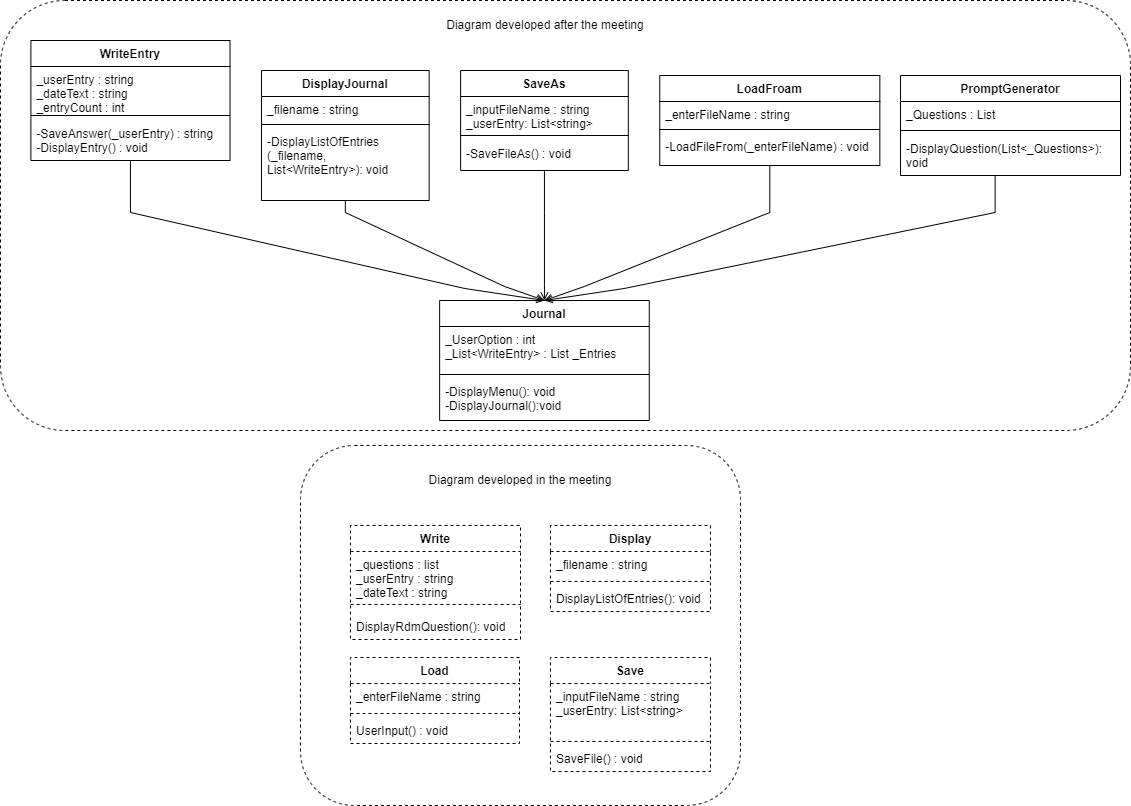
Above: prove/Develop02/JournalDiagramProgram.drawio.png in RSLASC/cse210-projects-v2 (draw.io), before the change. Source tidied: cells renumbered, new cells last; positions are measured from the earlier drawing's top-left corner, leaving out a move shared by most shapes.
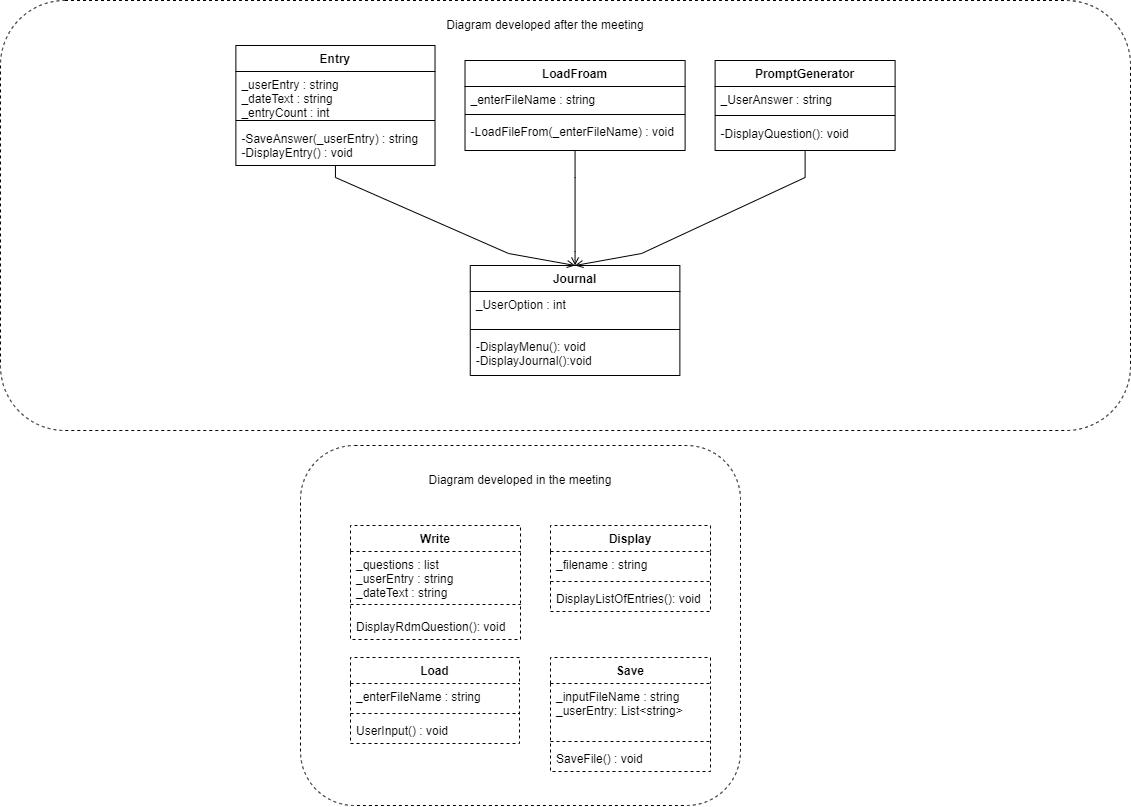
Later version of the same file.

What changed in the source:
```diff
@@ -62,8 +62,8 @@
     <mxCell id="21" style="rounded=1;whiteSpace=wrap;html=1;shadow=0;glass=0;dashed=1;comic=0;sketch=0;strokeColor=default;fontColor=none;" parent="1" vertex="1">
       <mxGeometry width="1130" height="430" as="geometry" />
     </mxCell>
-    <mxCell id="22" value="WriteEntry" style="swimlane;fontStyle=1;align=center;verticalAlign=top;horizontal=1;startSize=26;backgroundOutline=0;enumerate=0;comic=0;swimlaneFillColor=none;" parent="1" vertex="1">
-      <mxGeometry x="30.4" y="40" width="199.1" height="120" as="geometry" />
+    <mxCell id="22" value="Entry" style="swimlane;fontStyle=1;align=center;verticalAlign=top;horizontal=1;startSize=26;backgroundOutline=0;enumerate=0;comic=0;swimlaneFillColor=none;" parent="21" vertex="1">
+      <mxGeometry x="235.4" y="45" width="199.1" height="120" as="geometry" />
     </mxCell>
     <mxCell id="23" value="_userEntry : string&#10;_dateText : string&#10;_entryCount : int" style="text;strokeColor=none;fillColor=none;align=left;verticalAlign=top;spacingLeft=4;spacingRight=4;overflow=hidden;backgroundOutline=0;enumerate=0;comic=0;swimlaneFillColor=none;" parent="22" vertex="1">
       <mxGeometry y="26" width="199.1" height="44" as="geometry" />
@@ -74,32 +74,8 @@
     <mxCell id="25" value="-SaveAnswer(_userEntry) : string&#10;-DisplayEntry() : void" style="text;strokeColor=none;fillColor=none;align=left;verticalAlign=top;spacingLeft=4;spacingRight=4;overflow=hidden;backgroundOutline=0;enumerate=0;comic=0;swimlaneFillColor=none;" parent="22" vertex="1">
       <mxGeometry y="80" width="199.1" height="40" as="geometry" />
     </mxCell>
-    <mxCell id="26" value="DisplayJournal" style="swimlane;fontStyle=1;align=center;verticalAlign=middle;horizontal=1;startSize=26;backgroundOutline=0;enumerate=0;comic=0;swimlaneFillColor=none;" parent="1" vertex="1">
-      <mxGeometry x="261" y="70" width="167.7" height="130" as="geometry" />
-    </mxCell>
-    <mxCell id="27" value="_filename : string" style="text;strokeColor=none;fillColor=none;align=left;verticalAlign=top;spacingLeft=4;spacingRight=4;overflow=hidden;backgroundOutline=0;enumerate=0;comic=0;swimlaneFillColor=none;" parent="26" vertex="1">
-      <mxGeometry y="26" width="167.7" height="24" as="geometry" />
-    </mxCell>
-    <mxCell id="28" style="line;strokeWidth=1;fillColor=none;align=left;verticalAlign=middle;spacingTop=-1;spacingLeft=3;spacingRight=3;labelPosition=right;strokeColor=inherit;backgroundOutline=0;enumerate=0;comic=0;swimlaneFillColor=none;" parent="26" vertex="1">
-      <mxGeometry y="50" width="167.7" height="8" as="geometry" />
-    </mxCell>
-    <mxCell id="29" value="-DisplayListOfEntries&#10;(_filename, &#10;List&lt;WriteEntry&gt;): void" style="text;strokeColor=none;fillColor=none;align=left;verticalAlign=top;spacingLeft=4;spacingRight=4;overflow=hidden;backgroundOutline=0;enumerate=0;comic=0;swimlaneFillColor=none;horizontal=1;" parent="26" vertex="1">
-      <mxGeometry y="58" width="167.7" height="72" as="geometry" />
-    </mxCell>
-    <mxCell id="30" value="SaveAs" style="swimlane;fontStyle=1;align=center;verticalAlign=top;horizontal=1;startSize=26;backgroundOutline=0;enumerate=0;comic=0;swimlaneFillColor=none;" parent="1" vertex="1">
-      <mxGeometry x="460.1" y="70" width="167.7" height="100" as="geometry" />
-    </mxCell>
-    <mxCell id="31" value="_inputFileName : string&#10;_userEntry: List&lt;string&gt;" style="text;strokeColor=none;fillColor=none;align=left;verticalAlign=top;spacingLeft=4;spacingRight=4;overflow=hidden;backgroundOutline=0;enumerate=0;comic=0;swimlaneFillColor=none;" parent="30" vertex="1">
-      <mxGeometry y="26" width="167.7" height="34" as="geometry" />
-    </mxCell>
-    <mxCell id="32" style="line;strokeWidth=1;fillColor=none;align=left;verticalAlign=middle;spacingTop=-1;spacingLeft=3;spacingRight=3;labelPosition=right;strokeColor=inherit;backgroundOutline=0;enumerate=0;comic=0;swimlaneFillColor=none;" parent="30" vertex="1">
-      <mxGeometry y="60" width="167.7" height="10" as="geometry" />
-    </mxCell>
-    <mxCell id="33" value="-SaveFileAs() : void" style="text;strokeColor=none;fillColor=none;align=left;verticalAlign=top;spacingLeft=4;spacingRight=4;overflow=hidden;backgroundOutline=0;enumerate=0;comic=0;swimlaneFillColor=none;" parent="30" vertex="1">
-      <mxGeometry y="70" width="167.7" height="30" as="geometry" />
-    </mxCell>
-    <mxCell id="34" value="LoadFroam" style="swimlane;fontStyle=1;align=center;verticalAlign=top;horizontal=1;startSize=26;backgroundOutline=0;enumerate=0;comic=0;swimlaneFillColor=none;" parent="1" vertex="1">
-      <mxGeometry x="659.2" y="75" width="220.1" height="90" as="geometry" />
+    <mxCell id="34" value="LoadFroam" style="swimlane;fontStyle=1;align=center;verticalAlign=top;horizontal=1;startSize=26;backgroundOutline=0;enumerate=0;comic=0;swimlaneFillColor=none;" parent="21" vertex="1">
+      <mxGeometry x="464.5" y="60" width="220.1" height="90" as="geometry" />
     </mxCell>
     <mxCell id="35" value="_enterFileName : string&#10;" style="text;strokeColor=none;fillColor=none;align=left;verticalAlign=top;spacingLeft=4;spacingRight=4;overflow=hidden;backgroundOutline=0;enumerate=0;comic=0;swimlaneFillColor=none;" parent="34" vertex="1">
       <mxGeometry y="26" width="220.1" height="24" as="geometry" />
@@ -110,67 +86,51 @@
     <mxCell id="37" value="-LoadFileFrom(_enterFileName) : void" style="text;strokeColor=none;fillColor=none;align=left;verticalAlign=top;spacingLeft=4;spacingRight=4;overflow=hidden;backgroundOutline=0;enumerate=0;comic=0;swimlaneFillColor=none;" parent="34" vertex="1">
       <mxGeometry y="58" width="220.1" height="32" as="geometry" />
     </mxCell>
-    <mxCell id="38" value="PromptGenerator" style="swimlane;fontStyle=1;align=center;verticalAlign=top;horizontal=1;startSize=26;backgroundOutline=0;enumerate=0;comic=0;swimlaneFillColor=none;" parent="1" vertex="1">
-      <mxGeometry x="900" y="75" width="220" height="100" as="geometry" />
+    <mxCell id="38" value="PromptGenerator" style="swimlane;fontStyle=1;align=center;verticalAlign=top;horizontal=1;startSize=26;backgroundOutline=0;enumerate=0;comic=0;swimlaneFillColor=none;" parent="21" vertex="1">
+      <mxGeometry x="714.6" y="60" width="180" height="90" as="geometry" />
     </mxCell>
-    <mxCell id="39" value="_Questions : List" style="text;strokeColor=none;fillColor=none;align=left;verticalAlign=top;spacingLeft=4;spacingRight=4;overflow=hidden;backgroundOutline=0;enumerate=0;comic=0;swimlaneFillColor=none;" parent="38" vertex="1">
-      <mxGeometry y="26" width="220" height="24" as="geometry" />
+    <mxCell id="39" value="_UserAnswer : string " style="text;strokeColor=none;fillColor=none;align=left;verticalAlign=top;spacingLeft=4;spacingRight=4;overflow=hidden;backgroundOutline=0;enumerate=0;comic=0;swimlaneFillColor=none;" parent="38" vertex="1">
+      <mxGeometry y="26" width="180" height="24" as="geometry" />
     </mxCell>
     <mxCell id="40" style="line;strokeWidth=1;fillColor=none;align=left;verticalAlign=middle;spacingTop=-1;spacingLeft=3;spacingRight=3;labelPosition=right;strokeColor=inherit;backgroundOutline=0;enumerate=0;comic=0;swimlaneFillColor=none;" parent="38" vertex="1">
-      <mxGeometry y="50" width="220" height="10" as="geometry" />
+      <mxGeometry y="50" width="180" height="10" as="geometry" />
     </mxCell>
-    <mxCell id="41" value="-DisplayQuestion(List&lt;_Questions&gt;):&#10;void" style="text;strokeColor=none;fillColor=none;align=left;verticalAlign=top;spacingLeft=4;spacingRight=4;overflow=hidden;backgroundOutline=0;enumerate=0;comic=0;swimlaneFillColor=none;" parent="38" vertex="1">
-      <mxGeometry y="60" width="220" height="40" as="geometry" />
+    <mxCell id="41" value="-DisplayQuestion(): void" style="text;strokeColor=none;fillColor=none;align=left;verticalAlign=top;spacingLeft=4;spacingRight=4;overflow=hidden;backgroundOutline=0;enumerate=0;comic=0;swimlaneFillColor=none;" parent="38" vertex="1">
+      <mxGeometry y="60" width="180" height="30" as="geometry" />
     </mxCell>
-    <mxCell id="42" value="Journal" style="swimlane;fontStyle=1;align=center;verticalAlign=top;horizontal=1;startSize=26;" parent="1" vertex="1">
-      <mxGeometry x="439.1" y="300" width="209.6" height="120" as="geometry" />
+    <mxCell id="42" value="Journal" style="swimlane;fontStyle=1;align=center;verticalAlign=top;horizontal=1;startSize=26;" parent="21" vertex="1">
+      <mxGeometry x="469.8" y="265" width="209.6" height="110" as="geometry" />
     </mxCell>
-    <mxCell id="43" value="_UserOption : int&#10;_List&lt;WriteEntry&gt; : List _Entries" style="text;strokeColor=none;fillColor=none;align=left;verticalAlign=top;spacingLeft=4;spacingRight=4;overflow=hidden;" parent="42" vertex="1">
-      <mxGeometry y="26" width="209.6" height="44" as="geometry" />
+    <mxCell id="43" value="_UserOption : int" style="text;strokeColor=none;fillColor=none;align=left;verticalAlign=top;spacingLeft=4;spacingRight=4;overflow=hidden;" parent="42" vertex="1">
+      <mxGeometry y="26" width="209.6" height="34" as="geometry" />
     </mxCell>
     <mxCell id="44" style="line;strokeWidth=1;fillColor=none;align=left;verticalAlign=middle;spacingTop=-1;spacingLeft=3;spacingRight=3;labelPosition=right;strokeColor=inherit;" parent="42" vertex="1">
-      <mxGeometry y="70" width="209.6" height="8" as="geometry" />
+      <mxGeometry y="60" width="209.6" height="8" as="geometry" />
     </mxCell>
     <mxCell id="45" value="-DisplayMenu(): void&#10;-DisplayJournal():void" style="text;strokeColor=none;fillColor=none;align=left;verticalAlign=top;spacingLeft=4;spacingRight=4;overflow=hidden;" parent="42" vertex="1">
-      <mxGeometry y="78" width="209.6" height="42" as="geometry" />
+      <mxGeometry y="68" width="209.6" height="42" as="geometry" />
     </mxCell>
-    <mxCell id="46" style="edgeStyle=orthogonalEdgeStyle;rounded=0;comic=0;jumpStyle=none;jumpSize=16;jettySize=auto;html=1;entryX=0.5;entryY=0;entryDx=0;entryDy=0;labelBorderColor=none;strokeWidth=1;fontColor=none;endArrow=open;endFill=0;noEdgeStyle=1;orthogonal=1;" parent="1" edge="1" source="22" target="42">
+    <mxCell id="46" style="edgeStyle=orthogonalEdgeStyle;rounded=0;comic=0;jumpStyle=none;jumpSize=16;jettySize=auto;html=1;entryX=0.5;entryY=0;entryDx=0;entryDy=0;labelBorderColor=none;strokeWidth=1;fontColor=none;endArrow=open;endFill=0;noEdgeStyle=1;orthogonal=1;" parent="21" edge="1" source="22" target="42">
       <mxGeometry relative="1" as="geometry">
         <Array as="points">
-          <mxPoint x="130" y="212" />
-          <mxPoint x="464.3" y="288" />
+          <mxPoint x="334.9" y="177" />
+          <mxPoint x="508" y="253" />
         </Array>
       </mxGeometry>
     </mxCell>
-    <mxCell id="47" style="edgeStyle=orthogonalEdgeStyle;rounded=0;comic=0;jumpStyle=none;jumpSize=16;jettySize=auto;html=1;entryX=0.5;entryY=0;entryDx=0;entryDy=0;labelBorderColor=none;strokeWidth=1;fontColor=none;endArrow=open;endFill=0;noEdgeStyle=1;orthogonal=1;" parent="1" edge="1" source="26" target="42">
-      <mxGeometry relative="1" as="geometry">
-        <Array as="points">
-          <mxPoint x="344.8" y="212" />
-          <mxPoint x="504.1" y="286" />
-        </Array>
-      </mxGeometry>
-    </mxCell>
-    <mxCell id="48" style="edgeStyle=orthogonalEdgeStyle;rounded=0;comic=0;jumpStyle=none;jumpSize=16;jettySize=auto;html=1;entryDx=0;entryDy=0;labelBorderColor=none;strokeWidth=1;fontColor=none;endArrow=open;endFill=0;noEdgeStyle=1;orthogonal=1;entryX=0.5;entryY=0;" parent="1" edge="1" source="30" target="42">
-      <mxGeometry relative="1" as="geometry">
-        <Array as="points">
-          <mxPoint x="544" y="212" />
-          <mxPoint x="544" y="284" />
-        </Array>
-      </mxGeometry>
-    </mxCell>
-    <mxCell id="49" style="edgeStyle=orthogonalEdgeStyle;rounded=0;comic=0;jumpStyle=none;jettySize=auto;html=1;labelBorderColor=none;fontColor=none;endArrow=open;endFill=0;jumpSize=16;strokeWidth=1;noEdgeStyle=1;orthogonal=1;entryX=0.5;entryY=0;entryDx=0;entryDy=0;" parent="1" edge="1" source="34" target="42">
+    <mxCell id="49" style="edgeStyle=orthogonalEdgeStyle;rounded=0;comic=0;jumpStyle=none;jettySize=auto;html=1;labelBorderColor=none;fontColor=none;endArrow=open;endFill=0;jumpSize=16;strokeWidth=1;noEdgeStyle=1;orthogonal=1;entryX=0.5;entryY=0;entryDx=0;entryDy=0;" parent="21" edge="1" source="34" target="42">
       <mxGeometry relative="1" as="geometry">
         <Array as="points">
-          <mxPoint x="769.3" y="212" />
-          <mxPoint x="583.8" y="286" />
+          <mxPoint x="574.6" y="177" />
+          <mxPoint x="574.6" y="251" />
         </Array>
       </mxGeometry>
     </mxCell>
-    <mxCell id="50" style="edgeStyle=orthogonalEdgeStyle;rounded=0;comic=0;jumpStyle=none;jumpSize=16;jettySize=auto;html=1;entryX=0.5;entryY=0;entryDx=0;entryDy=0;labelBorderColor=none;strokeWidth=1;fontColor=none;endArrow=open;endFill=0;noEdgeStyle=1;orthogonal=1;" parent="1" edge="1" source="38" target="42">
+    <mxCell id="50" style="edgeStyle=orthogonalEdgeStyle;rounded=0;comic=0;jumpStyle=none;jumpSize=16;jettySize=auto;html=1;entryX=0.5;entryY=0;entryDx=0;entryDy=0;labelBorderColor=none;strokeWidth=1;fontColor=none;endArrow=open;endFill=0;noEdgeStyle=1;orthogonal=1;" parent="21" edge="1" source="38" target="42">
       <mxGeometry relative="1" as="geometry">
         <Array as="points">
-          <mxPoint x="994.6" y="212" />
-          <mxPoint x="623.6" y="288" />
+          <mxPoint x="804.6" y="177" />
+          <mxPoint x="641.1" y="253" />
         </Array>
       </mxGeometry>
     </mxCell>
```
